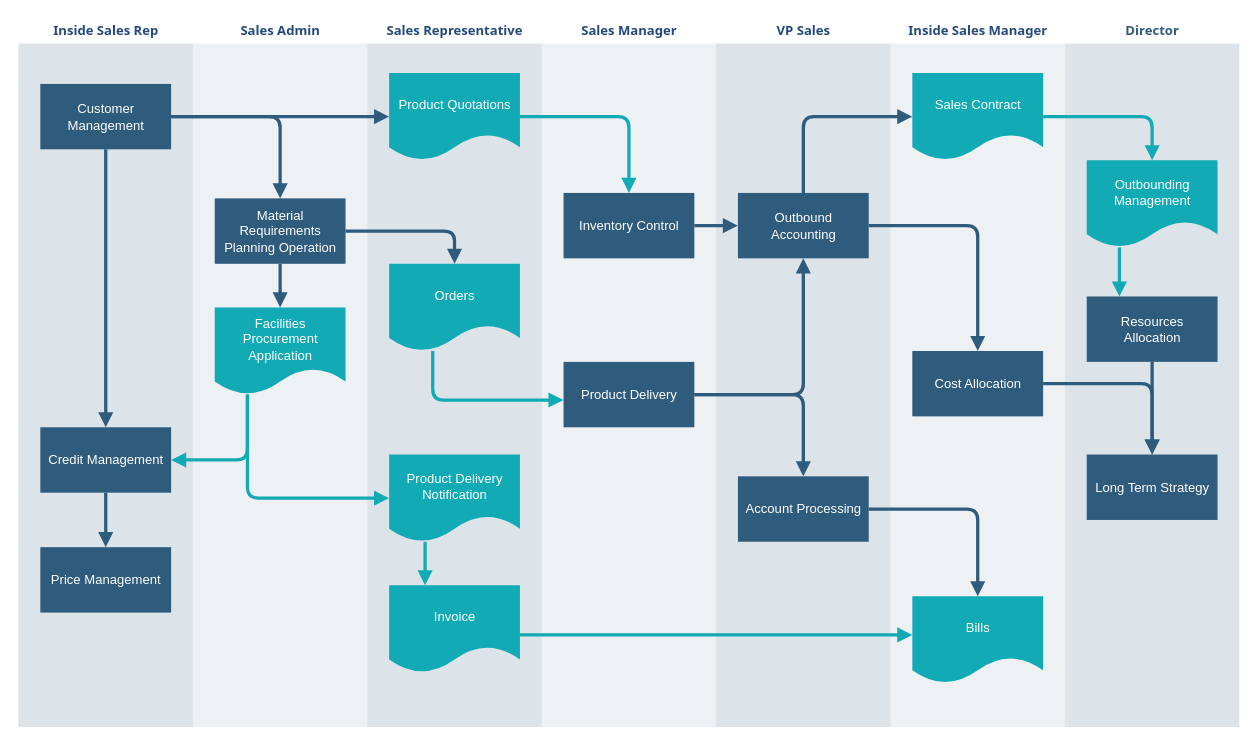
Above: Diagrama sem nome.drawio in richardikeda/Diagrama (draw.io), before the change. Source tidied: cells renumbered, new cells numbered last; positions are measured from the earlier drawing's top-left corner, leaving out a move shared by most shapes. Both pictures are drawn from the tidied source at 109%, with x=0, y=0 at pixel (17, 17).
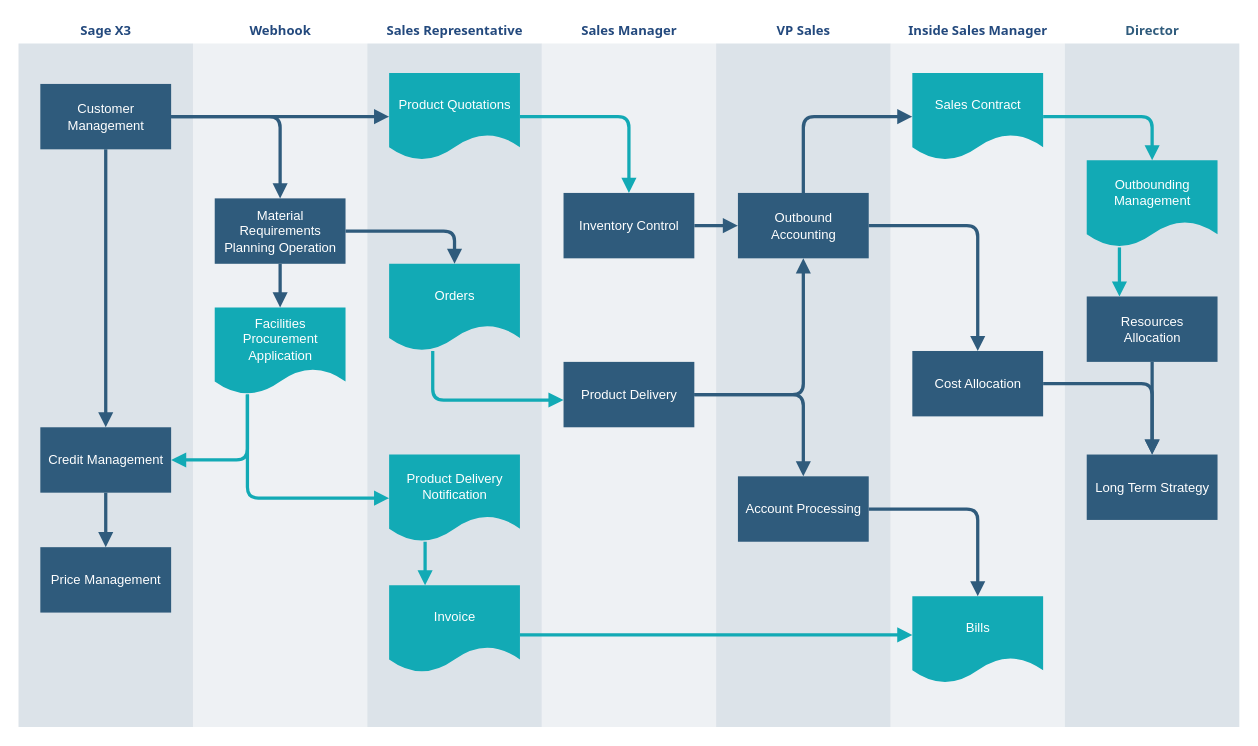
After the change.

Commit message:
Diagrama integração X3

The edit, as a diff of the source:
```diff
@@
-    <mxCell id="2" value="&lt;font color=&quot;#23497d&quot;&gt;Inside Sales Rep&lt;/font&gt;" style="swimlane;whiteSpace=wrap;fillColor=none;swimlaneFillColor=#BAC8D3;fontColor=#2F5B7C;fontFamily=Tahoma;html=1;strokeColor=none;opacity=50;" parent="1" vertex="1">
+    <mxCell id="2" value="&lt;font color=&quot;#23497d&quot;&gt;Sage X3&lt;/font&gt;" style="swimlane;whiteSpace=wrap;fillColor=none;swimlaneFillColor=#BAC8D3;fontColor=#2F5B7C;fontFamily=Tahoma;html=1;strokeColor=none;opacity=50;" parent="1" vertex="1">
       <mxGeometry x="0.5" y="0.5" width="160" height="650" as="geometry" />
     </mxCell>
@@
-    <mxCell id="15" value="&lt;font color=&quot;#23497d&quot;&gt;Sales Admin&lt;/font&gt;" style="swimlane;whiteSpace=wrap;fillColor=none;swimlaneFillColor=#BAC8D3;fontColor=#2F5B7C;fontFamily=Tahoma;html=1;strokeColor=none;opacity=25;" parent="1" vertex="1">
+    <mxCell id="15" value="&lt;font color=&quot;#23497d&quot;&gt;Webhook&lt;/font&gt;" style="swimlane;whiteSpace=wrap;fillColor=none;swimlaneFillColor=#BAC8D3;fontColor=#2F5B7C;fontFamily=Tahoma;html=1;strokeColor=none;opacity=25;" parent="1" vertex="1">
       <mxGeometry x="160.5" y="0.5" width="160" height="650" as="geometry" />
     </mxCell>
```
